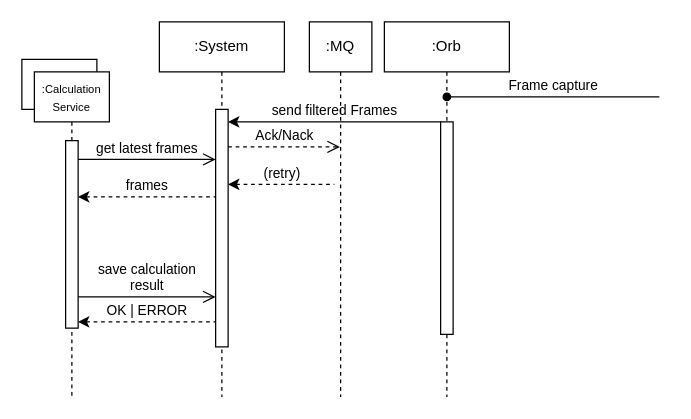
Earlier version of the draw.io diagram Untitled Diagram.drawio (phyllomenous/PM3_DomainModel). Source tidied: cells renumbered, new cells numbered last; positions are measured from the earlier drawing's top-left corner, leaving out a move shared by most shapes. Both pictures are drawn from the tidied source at 125%, with x=0, y=0 at pixel (21, 21).
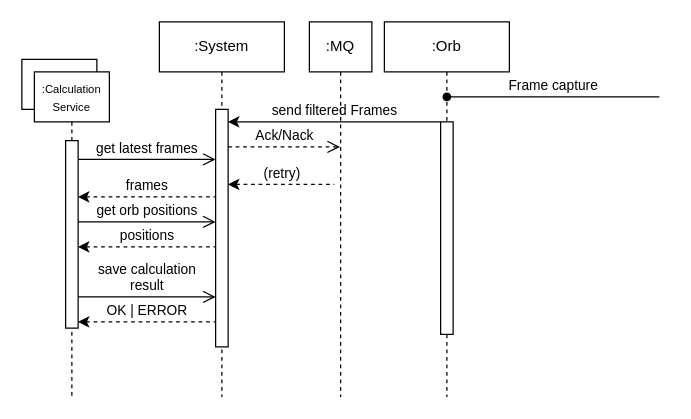
After the change.

Commit message:
Update SSD with get orb positions

The change refers to these unchanged cells:
```xml
<mxCell id="4" style="html=1;points=[];perimeter=orthogonalPerimeter;outlineConnect=0;targetShapes=umlLifeline;portConstraint=eastwest;newEdgeStyle={&quot;edgeStyle&quot;:&quot;elbowEdgeStyle&quot;,&quot;elbow&quot;:&quot;vertical&quot;,&quot;curved&quot;:0,&quot;rounded&quot;:0};" parent="3" vertex="1">
  <mxGeometry x="45" y="70" width="10" height="190" as="geometry" />
</mxCell>
<mxCell id="12" style="html=1;points=[];perimeter=orthogonalPerimeter;outlineConnect=0;targetShapes=umlLifeline;portConstraint=eastwest;newEdgeStyle={&quot;edgeStyle&quot;:&quot;elbowEdgeStyle&quot;,&quot;elbow&quot;:&quot;vertical&quot;,&quot;curved&quot;:0,&quot;rounded&quot;:0};" parent="11" vertex="1">
  <mxGeometry x="25" y="55" width="10" height="150" as="geometry" />
</mxCell>
```

Diff of the diagram source:
```diff
@@
+    <mxCell id="18" value="get orb positions" style="html=1;verticalAlign=bottom;endArrow=open;endSize=8;edgeStyle=elbowEdgeStyle;elbow=vertical;curved=0;rounded=0;" parent="1" edge="1" source="12" target="4">
+      <mxGeometry relative="1" as="geometry">
+        <Array as="points">
+          <mxPoint x="70" y="160" />
+          <mxPoint x="100" y="169.8" />
+        </Array>
+      </mxGeometry>
+    </mxCell>
+    <mxCell id="19" value="positions" style="html=1;verticalAlign=bottom;endArrow=none;endSize=8;edgeStyle=elbowEdgeStyle;elbow=vertical;curved=0;rounded=0;startArrow=classic;startFill=1;endFill=0;dashed=1;" parent="1" edge="1" source="12" target="4">
+      <mxGeometry relative="1" as="geometry">
+        <Array as="points">
+          <mxPoint x="80" y="180" />
+          <mxPoint x="70" y="190" />
+          <mxPoint x="90" y="180" />
+          <mxPoint x="110" y="180" />
+          <mxPoint x="100" y="180" />
+        </Array>
+      </mxGeometry>
+    </mxCell>
```
